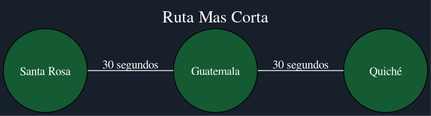
This is Rapidito/id_corta.png from Marco131-xel/Edd_Proyecto2, a Graphviz export, as it was before one commit. Its source is kept beside it as Rapidito/id_corta.dot. Its diagram source:
```dot
graph Ruta {
  label="Ruta Mas Corta";
  labelloc="t";
  fontsize=20;
  fontcolor="white";
  bgcolor="#17202a";
  node [style=filled, fillcolor="#145a32", fontcolor="white", shape=circle, width=1.4, fixedsize=true];
  edge [color="white", fontcolor="white"];
  rankdir="LR";
  "Santa Rosa";
  "Santa Rosa";
  "Santa Rosa" -- "Guatemala" [label="30 segundos"];
  "Guatemala";
  "Guatemala";
  "Guatemala" -- "Quiché" [label="30 segundos"];
  "Quiché";
}
```
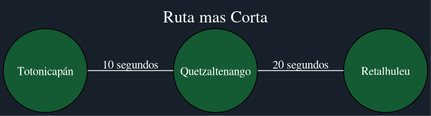
After the change.

What changed in the source:
```diff
@@ -1,5 +1,5 @@
 graph Ruta {
-  label="Ruta Mas Corta";
+  label="Ruta mas Corta";
   labelloc="t";
   fontsize=20;
   fontcolor="white";
@@ -7,11 +7,11 @@
   node [style=filled, fillcolor="#145a32", fontcolor="white", shape=circle, width=1.4, fixedsize=true];
   edge [color="white", fontcolor="white"];
   rankdir="LR";
-  "Santa Rosa";
-  "Santa Rosa";
-  "Santa Rosa" -- "Guatemala" [label="30 segundos"];
-  "Guatemala";
-  "Guatemala";
-  "Guatemala" -- "Quiché" [label="30 segundos"];
-  "Quiché";
+  "Totonicapán";
+  "Totonicapán";
+  "Totonicapán" -- "Quetzaltenango" [label="10 segundos"];
+  "Quetzaltenango";
+  "Quetzaltenango";
+  "Quetzaltenango" -- "Retalhuleu" [label="20 segundos"];
+  "Retalhuleu";
 }
```
